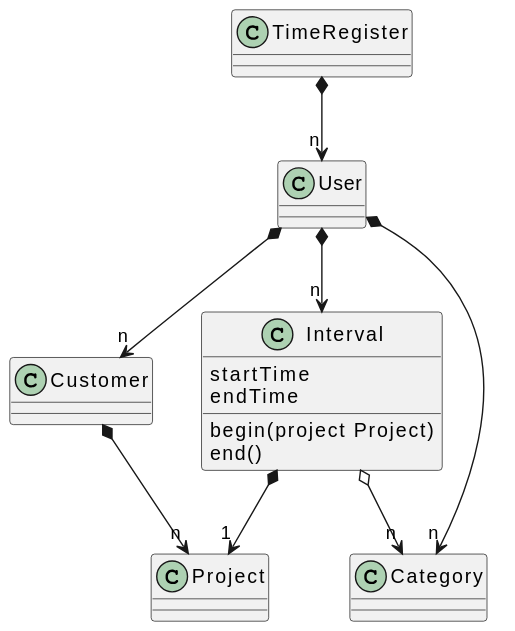
This is docs/domain.svg from EscuelaIt/time-register, a PlantUML export, as it was before one commit.
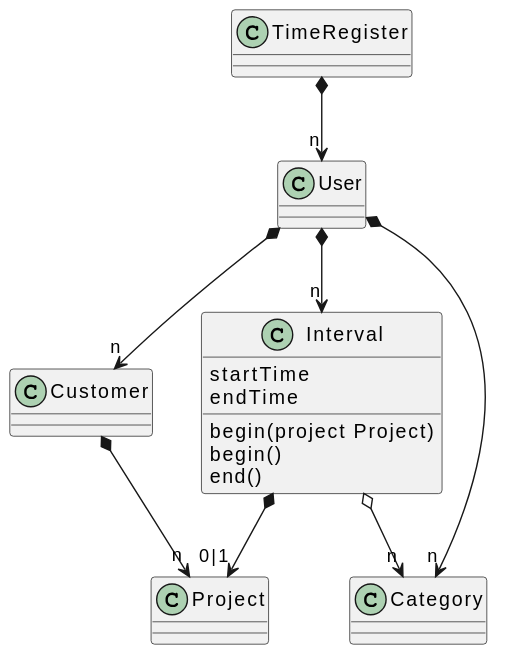
After the commit.

Commit message:
Definir que se puede enviar un intervalo sin indicar el proyecto

Change to the diagram source:
```diff
@@ -7,9 +7,9 @@
   startTime
   endTime
   begin(project Project)
+  begin()
   end()
 }
-
 class Customer
 
 TimeRegister *-down-> "n" User
@@ -17,6 +17,6 @@
 Customer *-down-> "n" Project
 User *-down-> "n" Interval
 User *-down-> "n" Category
-Interval *-> "1" Project
+Interval *-> "0|1" Project
 Interval o-down-> "n" Category
 @enduml
```
